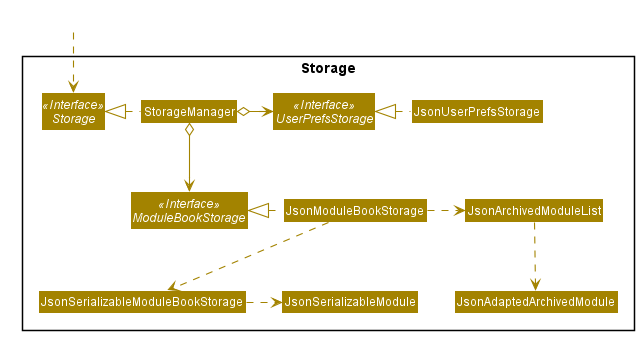
This is docs/images/StorageClassDiagram.png from nus-cs2103-AY1920S1/addressbook-level3, a PlantUML export, as it was before one commit.
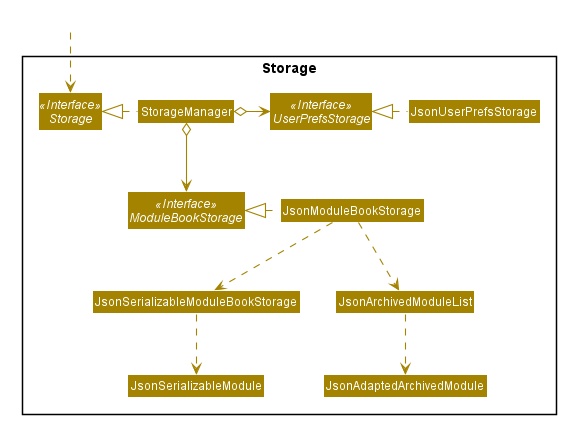
After the change.

What changed in the source:
```diff
@@ -12,6 +12,8 @@
 skinparam Shadowing false
 
 skinparam Class {
+    AttributeFontColor #FFFFFF
+    AttributeFontName Arial
     FontColor #FFFFFF
     BorderThickness 1
     BorderColor #FFFFFF
@@ -74,9 +76,9 @@
 
 JsonUserPrefsStorage .left.|> UserPrefsStorage
 JsonModuleBookStorage .left.|> ModuleBookStorage
-JsonModuleBookStorage .right.> JsonArchivedModuleList
+JsonModuleBookStorage .down.> JsonArchivedModuleList
 JsonModuleBookStorage .down.> JsonSerializableModuleBookStorage
-JsonSerializableModuleBookStorage .right.> JsonSerializableModule
+JsonSerializableModuleBookStorage .down.> JsonSerializableModule
 
 JsonArchivedModuleList .down.> JsonAdaptedArchivedModule
 @enduml
```
